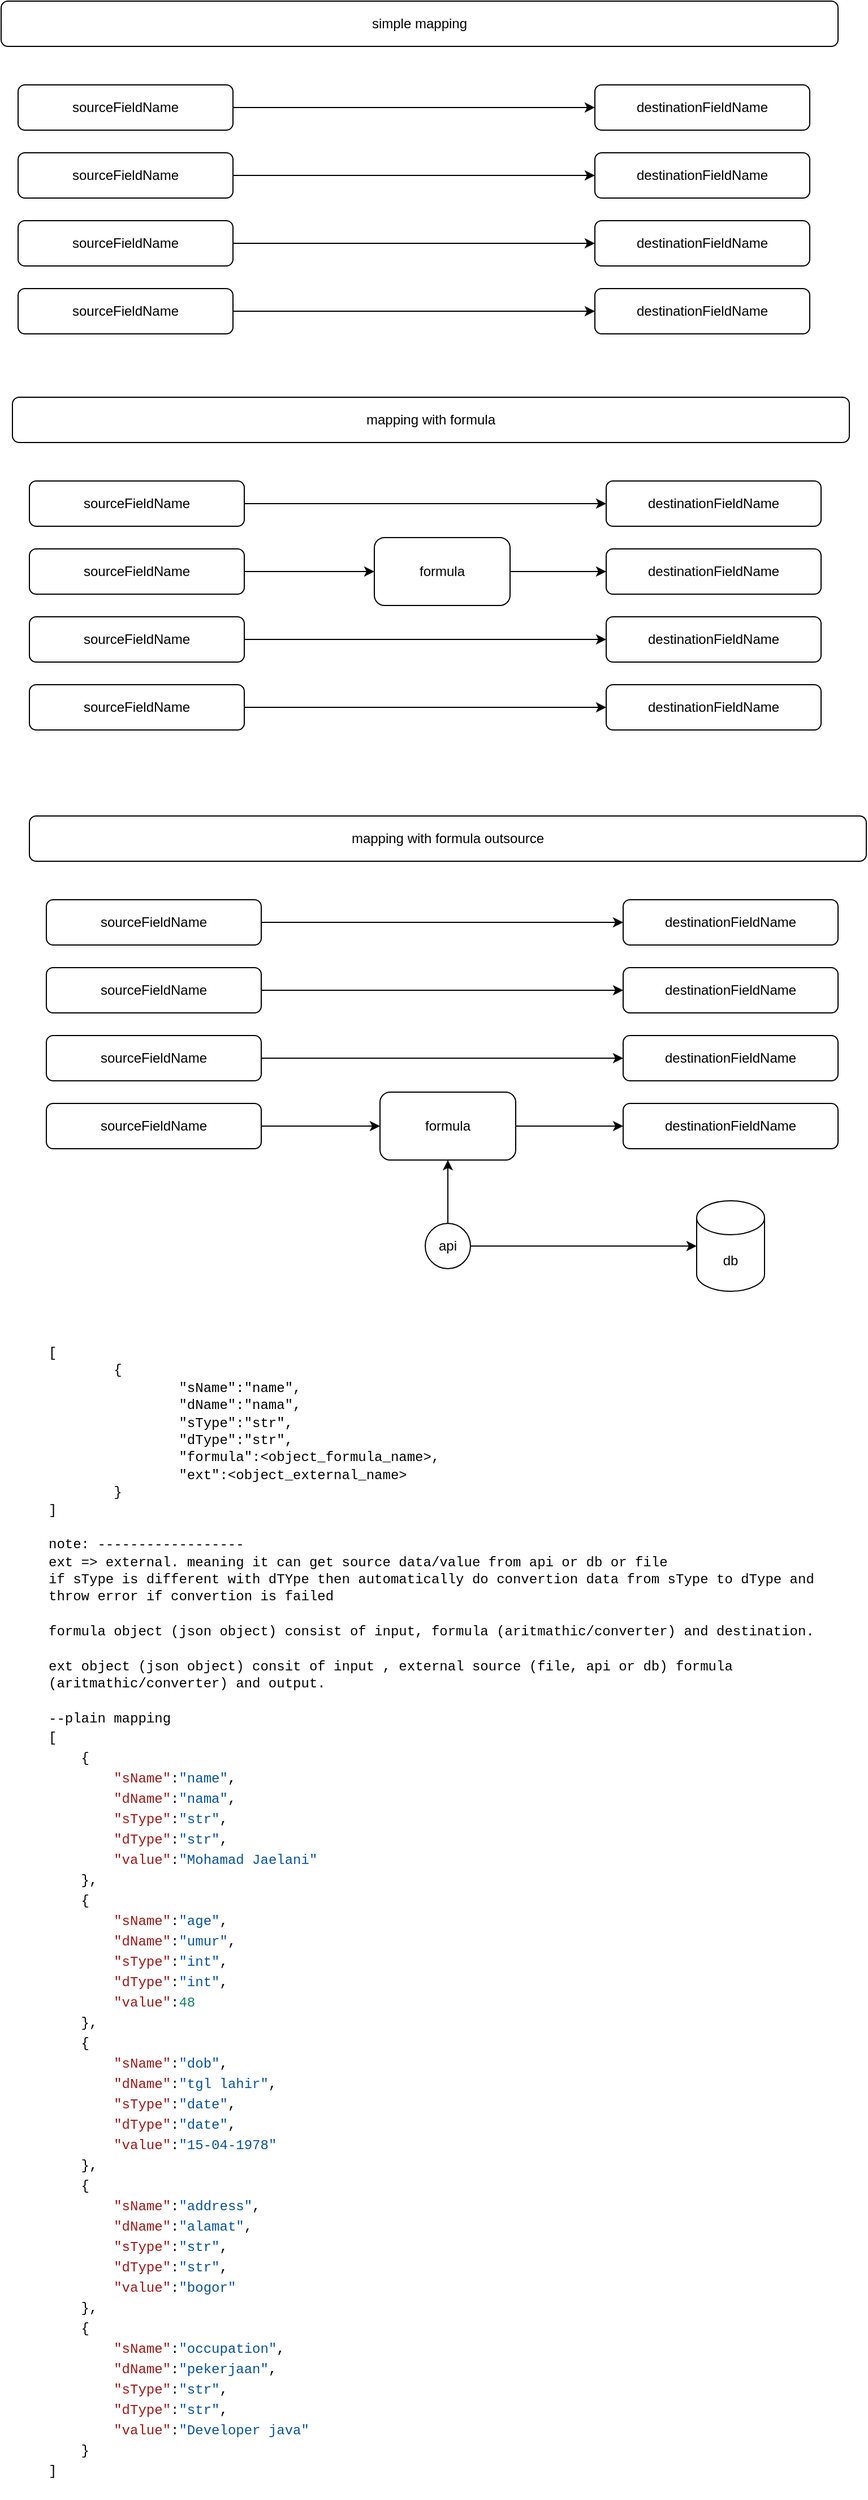
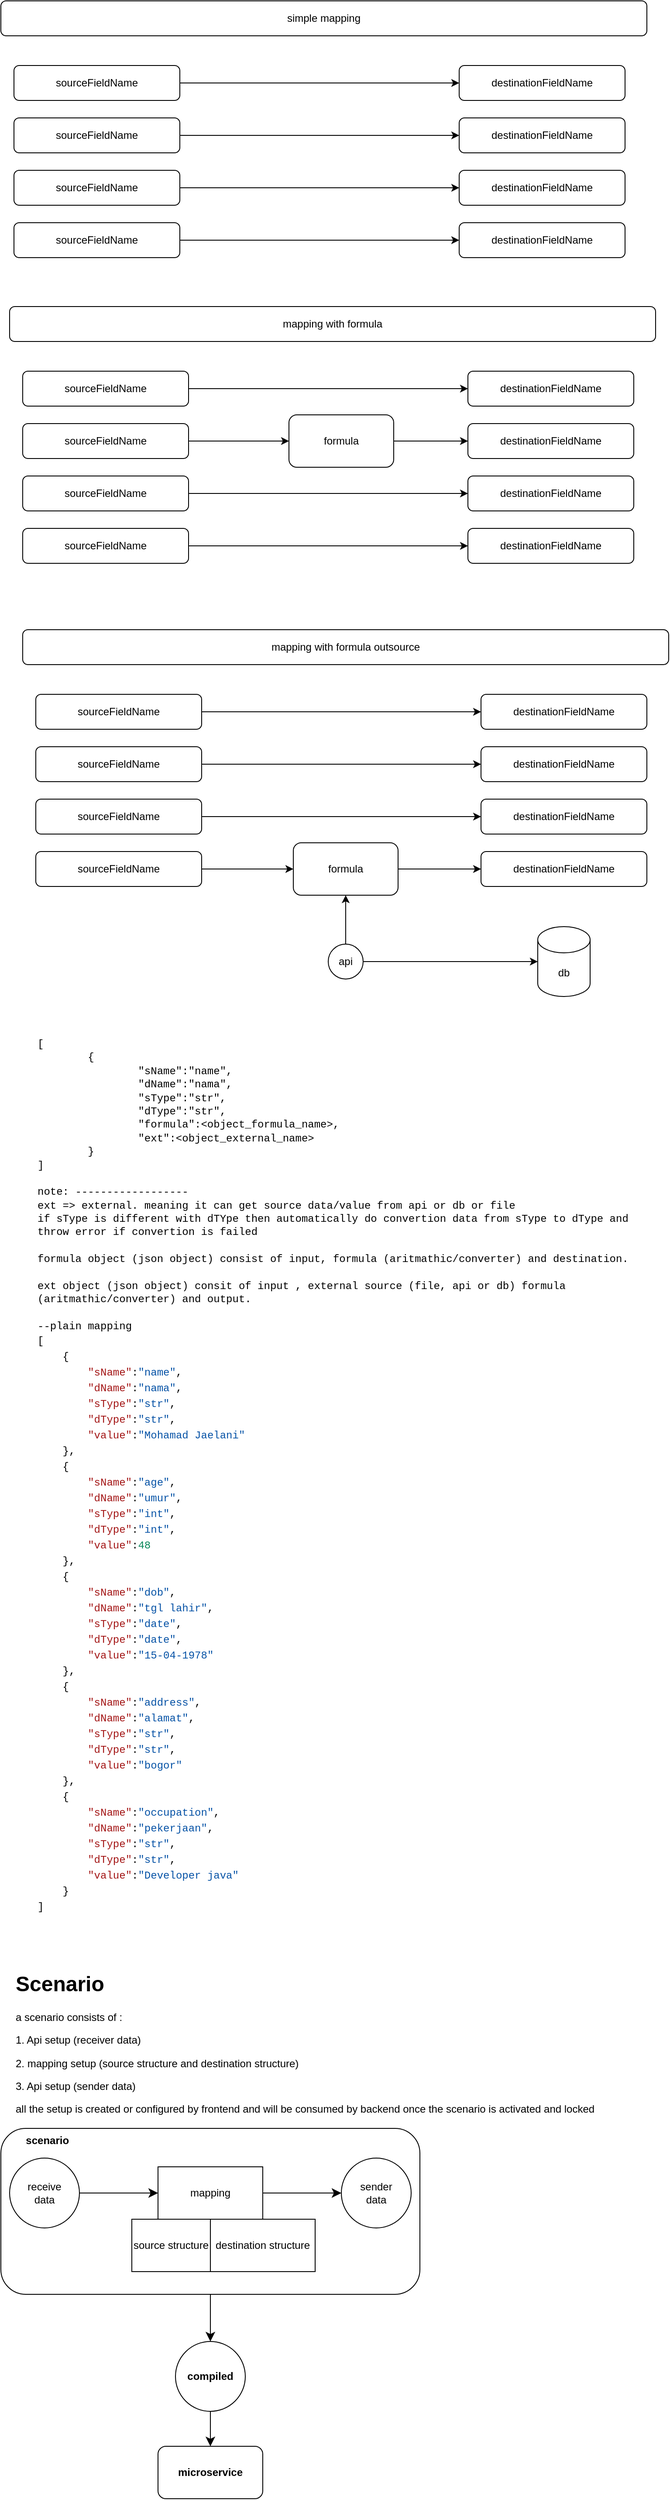
<mxfile host="app.diagrams.net">
  <diagram name="Page-1" id="w0qSyX79uqXvIxm3ApQV">
-     <mxGraphModel dx="774" dy="623" grid="1" gridSize="10" guides="1" tooltips="1" connect="1" arrows="1" fold="1" page="1" pageScale="1" pageWidth="850" pageHeight="1100" math="0" shadow="0">
+     <mxGraphModel dx="524" dy="468" grid="1" gridSize="10" guides="1" tooltips="1" connect="1" arrows="1" fold="1" page="1" pageScale="1" pageWidth="850" pageHeight="1100" math="0" shadow="0">
      <root>
        <mxCell id="0" />
        <mxCell id="1" parent="0" />
        <mxCell id="C5vNhbu8yeIDAcz09rIj-13" parent="1" style="rounded=1;whiteSpace=wrap;html=1;" value="simple mapping" vertex="1">
          <mxGeometry height="40" width="740" x="60" y="30" as="geometry" />
        </mxCell>
        <mxCell id="C5vNhbu8yeIDAcz09rIj-9" edge="1" parent="1" source="C5vNhbu8yeIDAcz09rIj-1" style="edgeStyle=orthogonalEdgeStyle;rounded=0;orthogonalLoop=1;jettySize=auto;html=1;entryX=0;entryY=0.5;entryDx=0;entryDy=0;" target="C5vNhbu8yeIDAcz09rIj-5">
          <mxGeometry relative="1" as="geometry" />
        </mxCell>
        <mxCell id="C5vNhbu8yeIDAcz09rIj-1" parent="1" style="rounded=1;whiteSpace=wrap;html=1;" value="sourceFieldName" vertex="1">
          <mxGeometry height="40" width="190" x="75" y="104" as="geometry" />
        </mxCell>
        <mxCell id="C5vNhbu8yeIDAcz09rIj-10" edge="1" parent="1" source="C5vNhbu8yeIDAcz09rIj-2" style="edgeStyle=orthogonalEdgeStyle;rounded=0;orthogonalLoop=1;jettySize=auto;html=1;entryX=0;entryY=0.5;entryDx=0;entryDy=0;" target="C5vNhbu8yeIDAcz09rIj-6">
          <mxGeometry relative="1" as="geometry" />
        </mxCell>
        <mxCell id="C5vNhbu8yeIDAcz09rIj-2" parent="1" style="rounded=1;whiteSpace=wrap;html=1;" value="sourceFieldName" vertex="1">
          <mxGeometry height="40" width="190" x="75" y="164" as="geometry" />
        </mxCell>
        <mxCell id="C5vNhbu8yeIDAcz09rIj-11" edge="1" parent="1" source="C5vNhbu8yeIDAcz09rIj-3" style="edgeStyle=orthogonalEdgeStyle;rounded=0;orthogonalLoop=1;jettySize=auto;html=1;entryX=0;entryY=0.5;entryDx=0;entryDy=0;" target="C5vNhbu8yeIDAcz09rIj-7">
          <mxGeometry relative="1" as="geometry" />
        </mxCell>
        <mxCell id="C5vNhbu8yeIDAcz09rIj-3" parent="1" style="rounded=1;whiteSpace=wrap;html=1;" value="sourceFieldName" vertex="1">
          <mxGeometry height="40" width="190" x="75" y="224" as="geometry" />
        </mxCell>
        <mxCell id="C5vNhbu8yeIDAcz09rIj-12" edge="1" parent="1" source="C5vNhbu8yeIDAcz09rIj-4" style="edgeStyle=orthogonalEdgeStyle;rounded=0;orthogonalLoop=1;jettySize=auto;html=1;entryX=0;entryY=0.5;entryDx=0;entryDy=0;" target="C5vNhbu8yeIDAcz09rIj-8">
          <mxGeometry relative="1" as="geometry" />
        </mxCell>
        <mxCell id="C5vNhbu8yeIDAcz09rIj-4" parent="1" style="rounded=1;whiteSpace=wrap;html=1;" value="sourceFieldName" vertex="1">
          <mxGeometry height="40" width="190" x="75" y="284" as="geometry" />
        </mxCell>
        <mxCell id="C5vNhbu8yeIDAcz09rIj-5" parent="1" style="rounded=1;whiteSpace=wrap;html=1;" value="destinationFieldName" vertex="1">
          <mxGeometry height="40" width="190" x="585" y="104" as="geometry" />
        </mxCell>
        <mxCell id="C5vNhbu8yeIDAcz09rIj-6" parent="1" style="rounded=1;whiteSpace=wrap;html=1;" value="destinationFieldName" vertex="1">
          <mxGeometry height="40" width="190" x="585" y="164" as="geometry" />
        </mxCell>
        <mxCell id="C5vNhbu8yeIDAcz09rIj-7" parent="1" style="rounded=1;whiteSpace=wrap;html=1;" value="destinationFieldName" vertex="1">
          <mxGeometry height="40" width="190" x="585" y="224" as="geometry" />
        </mxCell>
        <mxCell id="C5vNhbu8yeIDAcz09rIj-8" parent="1" style="rounded=1;whiteSpace=wrap;html=1;" value="destinationFieldName" vertex="1">
          <mxGeometry height="40" width="190" x="585" y="284" as="geometry" />
        </mxCell>
        <mxCell id="C5vNhbu8yeIDAcz09rIj-14" parent="1" style="rounded=1;whiteSpace=wrap;html=1;" value="mapping with formula" vertex="1">
          <mxGeometry height="40" width="740" x="70" y="380" as="geometry" />
        </mxCell>
        <mxCell id="C5vNhbu8yeIDAcz09rIj-15" edge="1" parent="1" source="C5vNhbu8yeIDAcz09rIj-16" style="edgeStyle=orthogonalEdgeStyle;rounded=0;orthogonalLoop=1;jettySize=auto;html=1;entryX=0;entryY=0.5;entryDx=0;entryDy=0;" target="C5vNhbu8yeIDAcz09rIj-23">
          <mxGeometry relative="1" as="geometry" />
        </mxCell>
        <mxCell id="C5vNhbu8yeIDAcz09rIj-16" parent="1" style="rounded=1;whiteSpace=wrap;html=1;" value="sourceFieldName" vertex="1">
          <mxGeometry height="40" width="190" x="85" y="454" as="geometry" />
        </mxCell>
        <mxCell id="C5vNhbu8yeIDAcz09rIj-28" edge="1" parent="1" source="C5vNhbu8yeIDAcz09rIj-18" style="edgeStyle=orthogonalEdgeStyle;rounded=0;orthogonalLoop=1;jettySize=auto;html=1;entryX=0;entryY=0.5;entryDx=0;entryDy=0;" target="C5vNhbu8yeIDAcz09rIj-27">
          <mxGeometry relative="1" as="geometry" />
        </mxCell>
        <mxCell id="C5vNhbu8yeIDAcz09rIj-18" parent="1" style="rounded=1;whiteSpace=wrap;html=1;" value="sourceFieldName" vertex="1">
          <mxGeometry height="40" width="190" x="85" y="514" as="geometry" />
        </mxCell>
        <mxCell id="C5vNhbu8yeIDAcz09rIj-19" edge="1" parent="1" source="C5vNhbu8yeIDAcz09rIj-20" style="edgeStyle=orthogonalEdgeStyle;rounded=0;orthogonalLoop=1;jettySize=auto;html=1;entryX=0;entryY=0.5;entryDx=0;entryDy=0;" target="C5vNhbu8yeIDAcz09rIj-25">
          <mxGeometry relative="1" as="geometry" />
        </mxCell>
        <mxCell id="C5vNhbu8yeIDAcz09rIj-20" parent="1" style="rounded=1;whiteSpace=wrap;html=1;" value="sourceFieldName" vertex="1">
          <mxGeometry height="40" width="190" x="85" y="574" as="geometry" />
        </mxCell>
        <mxCell id="C5vNhbu8yeIDAcz09rIj-21" edge="1" parent="1" source="C5vNhbu8yeIDAcz09rIj-22" style="edgeStyle=orthogonalEdgeStyle;rounded=0;orthogonalLoop=1;jettySize=auto;html=1;entryX=0;entryY=0.5;entryDx=0;entryDy=0;" target="C5vNhbu8yeIDAcz09rIj-26">
          <mxGeometry relative="1" as="geometry" />
        </mxCell>
        <mxCell id="C5vNhbu8yeIDAcz09rIj-22" parent="1" style="rounded=1;whiteSpace=wrap;html=1;" value="sourceFieldName" vertex="1">
          <mxGeometry height="40" width="190" x="85" y="634" as="geometry" />
        </mxCell>
        <mxCell id="C5vNhbu8yeIDAcz09rIj-23" parent="1" style="rounded=1;whiteSpace=wrap;html=1;" value="destinationFieldName" vertex="1">
          <mxGeometry height="40" width="190" x="595" y="454" as="geometry" />
        </mxCell>
        <mxCell id="C5vNhbu8yeIDAcz09rIj-24" parent="1" style="rounded=1;whiteSpace=wrap;html=1;" value="destinationFieldName" vertex="1">
          <mxGeometry height="40" width="190" x="595" y="514" as="geometry" />
        </mxCell>
        <mxCell id="C5vNhbu8yeIDAcz09rIj-25" parent="1" style="rounded=1;whiteSpace=wrap;html=1;" value="destinationFieldName" vertex="1">
          <mxGeometry height="40" width="190" x="595" y="574" as="geometry" />
        </mxCell>
        <mxCell id="C5vNhbu8yeIDAcz09rIj-26" parent="1" style="rounded=1;whiteSpace=wrap;html=1;" value="destinationFieldName" vertex="1">
          <mxGeometry height="40" width="190" x="595" y="634" as="geometry" />
        </mxCell>
        <mxCell id="C5vNhbu8yeIDAcz09rIj-29" edge="1" parent="1" source="C5vNhbu8yeIDAcz09rIj-27" style="edgeStyle=orthogonalEdgeStyle;rounded=0;orthogonalLoop=1;jettySize=auto;html=1;entryX=0;entryY=0.5;entryDx=0;entryDy=0;" target="C5vNhbu8yeIDAcz09rIj-24">
          <mxGeometry relative="1" as="geometry">
            <mxPoint x="590" y="534" as="targetPoint" />
          </mxGeometry>
        </mxCell>
        <mxCell id="C5vNhbu8yeIDAcz09rIj-27" parent="1" style="rounded=1;whiteSpace=wrap;html=1;" value="formula" vertex="1">
          <mxGeometry height="60" width="120" x="390" y="504" as="geometry" />
        </mxCell>
        <mxCell id="C5vNhbu8yeIDAcz09rIj-30" parent="1" style="rounded=1;whiteSpace=wrap;html=1;" value="mapping with formula outsource" vertex="1">
          <mxGeometry height="40" width="740" x="85" y="750" as="geometry" />
        </mxCell>
        <mxCell id="C5vNhbu8yeIDAcz09rIj-31" edge="1" parent="1" source="C5vNhbu8yeIDAcz09rIj-32" style="edgeStyle=orthogonalEdgeStyle;rounded=0;orthogonalLoop=1;jettySize=auto;html=1;entryX=0;entryY=0.5;entryDx=0;entryDy=0;" target="C5vNhbu8yeIDAcz09rIj-39">
          <mxGeometry relative="1" as="geometry" />
        </mxCell>
        <mxCell id="C5vNhbu8yeIDAcz09rIj-32" parent="1" style="rounded=1;whiteSpace=wrap;html=1;" value="sourceFieldName" vertex="1">
          <mxGeometry height="40" width="190" x="100" y="824" as="geometry" />
        </mxCell>
        <mxCell id="C5vNhbu8yeIDAcz09rIj-33" edge="1" parent="1" source="C5vNhbu8yeIDAcz09rIj-34" style="edgeStyle=orthogonalEdgeStyle;rounded=0;orthogonalLoop=1;jettySize=auto;html=1;entryX=0;entryY=0.5;entryDx=0;entryDy=0;" target="C5vNhbu8yeIDAcz09rIj-40">
          <mxGeometry relative="1" as="geometry">
            <mxPoint x="405" y="904" as="targetPoint" />
          </mxGeometry>
        </mxCell>
        <mxCell id="C5vNhbu8yeIDAcz09rIj-34" parent="1" style="rounded=1;whiteSpace=wrap;html=1;" value="sourceFieldName" vertex="1">
          <mxGeometry height="40" width="190" x="100" y="884" as="geometry" />
        </mxCell>
        <mxCell id="C5vNhbu8yeIDAcz09rIj-35" edge="1" parent="1" source="C5vNhbu8yeIDAcz09rIj-36" style="edgeStyle=orthogonalEdgeStyle;rounded=0;orthogonalLoop=1;jettySize=auto;html=1;entryX=0;entryY=0.5;entryDx=0;entryDy=0;" target="C5vNhbu8yeIDAcz09rIj-41">
          <mxGeometry relative="1" as="geometry" />
        </mxCell>
        <mxCell id="C5vNhbu8yeIDAcz09rIj-36" parent="1" style="rounded=1;whiteSpace=wrap;html=1;" value="sourceFieldName" vertex="1">
          <mxGeometry height="40" width="190" x="100" y="944" as="geometry" />
        </mxCell>
        <mxCell id="C5vNhbu8yeIDAcz09rIj-47" edge="1" parent="1" source="C5vNhbu8yeIDAcz09rIj-38" style="edgeStyle=orthogonalEdgeStyle;rounded=0;orthogonalLoop=1;jettySize=auto;html=1;entryX=0;entryY=0.5;entryDx=0;entryDy=0;" target="C5vNhbu8yeIDAcz09rIj-46">
          <mxGeometry relative="1" as="geometry" />
        </mxCell>
        <mxCell id="C5vNhbu8yeIDAcz09rIj-38" parent="1" style="rounded=1;whiteSpace=wrap;html=1;" value="sourceFieldName" vertex="1">
          <mxGeometry height="40" width="190" x="100" y="1004" as="geometry" />
        </mxCell>
        <mxCell id="C5vNhbu8yeIDAcz09rIj-39" parent="1" style="rounded=1;whiteSpace=wrap;html=1;" value="destinationFieldName" vertex="1">
          <mxGeometry height="40" width="190" x="610" y="824" as="geometry" />
        </mxCell>
        <mxCell id="C5vNhbu8yeIDAcz09rIj-40" parent="1" style="rounded=1;whiteSpace=wrap;html=1;" value="destinationFieldName" vertex="1">
          <mxGeometry height="40" width="190" x="610" y="884" as="geometry" />
        </mxCell>
        <mxCell id="C5vNhbu8yeIDAcz09rIj-41" parent="1" style="rounded=1;whiteSpace=wrap;html=1;" value="destinationFieldName" vertex="1">
          <mxGeometry height="40" width="190" x="610" y="944" as="geometry" />
        </mxCell>
        <mxCell id="C5vNhbu8yeIDAcz09rIj-42" parent="1" style="rounded=1;whiteSpace=wrap;html=1;" value="destinationFieldName" vertex="1">
          <mxGeometry height="40" width="190" x="610" y="1004" as="geometry" />
        </mxCell>
        <mxCell id="C5vNhbu8yeIDAcz09rIj-45" parent="1" style="shape=cylinder3;whiteSpace=wrap;html=1;boundedLbl=1;backgroundOutline=1;size=15;" value="db" vertex="1">
          <mxGeometry height="80" width="60" x="675" y="1090" as="geometry" />
        </mxCell>
        <mxCell id="C5vNhbu8yeIDAcz09rIj-49" edge="1" parent="1" source="C5vNhbu8yeIDAcz09rIj-46" style="edgeStyle=orthogonalEdgeStyle;rounded=0;orthogonalLoop=1;jettySize=auto;html=1;entryX=0;entryY=0.5;entryDx=0;entryDy=0;" target="C5vNhbu8yeIDAcz09rIj-42">
          <mxGeometry relative="1" as="geometry" />
        </mxCell>
        <mxCell id="C5vNhbu8yeIDAcz09rIj-46" parent="1" style="rounded=1;whiteSpace=wrap;html=1;" value="formula" vertex="1">
          <mxGeometry height="60" width="120" x="395" y="994" as="geometry" />
        </mxCell>
        <mxCell id="C5vNhbu8yeIDAcz09rIj-51" edge="1" parent="1" source="C5vNhbu8yeIDAcz09rIj-50" style="edgeStyle=orthogonalEdgeStyle;rounded=0;orthogonalLoop=1;jettySize=auto;html=1;entryX=0.5;entryY=1;entryDx=0;entryDy=0;" target="C5vNhbu8yeIDAcz09rIj-46">
          <mxGeometry relative="1" as="geometry" />
        </mxCell>
        <mxCell id="C5vNhbu8yeIDAcz09rIj-50" parent="1" style="ellipse;whiteSpace=wrap;html=1;aspect=fixed;" value="api" vertex="1">
          <mxGeometry height="40" width="40" x="435" y="1110" as="geometry" />
        </mxCell>
        <mxCell id="C5vNhbu8yeIDAcz09rIj-52" edge="1" parent="1" source="C5vNhbu8yeIDAcz09rIj-50" style="edgeStyle=orthogonalEdgeStyle;rounded=0;orthogonalLoop=1;jettySize=auto;html=1;entryX=0;entryY=0.5;entryDx=0;entryDy=0;entryPerimeter=0;" target="C5vNhbu8yeIDAcz09rIj-45">
          <mxGeometry relative="1" as="geometry" />
        </mxCell>
        <mxCell id="C5vNhbu8yeIDAcz09rIj-54" parent="1" style="rounded=0;whiteSpace=wrap;html=1;align=left;verticalAlign=top;strokeColor=none;" value="&lt;font face=&quot;Courier New&quot;&gt;[&lt;/font&gt;&lt;div&gt;&lt;font face=&quot;Courier New&quot;&gt;&lt;span style=&quot;white-space: pre;&quot;&gt;&#x9;&lt;/span&gt;{&lt;br&gt;&lt;/font&gt;&lt;/div&gt;&lt;div&gt;&lt;font face=&quot;Courier New&quot;&gt;&lt;span style=&quot;white-space: pre;&quot;&gt;&#x9;&lt;/span&gt;&lt;span style=&quot;white-space: pre;&quot;&gt;&#x9;&lt;/span&gt;&quot;sName&quot;:&quot;name&quot;,&lt;br&gt;&lt;/font&gt;&lt;/div&gt;&lt;div&gt;&lt;font face=&quot;Courier New&quot;&gt;&lt;span style=&quot;white-space: pre;&quot;&gt;&#x9;&lt;/span&gt;&lt;span style=&quot;white-space: pre;&quot;&gt;&#x9;&lt;/span&gt;&quot;dName&quot;:&quot;nama&quot;,&lt;br&gt;&lt;/font&gt;&lt;/div&gt;&lt;div&gt;&lt;font face=&quot;Courier New&quot;&gt;&lt;span style=&quot;white-space: pre;&quot;&gt;&#x9;&lt;/span&gt;&lt;span style=&quot;white-space: pre;&quot;&gt;&#x9;&lt;/span&gt;&quot;sType&quot;:&quot;str&quot;,&lt;br&gt;&lt;/font&gt;&lt;/div&gt;&lt;div&gt;&lt;font face=&quot;Courier New&quot;&gt;&lt;span style=&quot;white-space: pre;&quot;&gt;&#x9;&lt;/span&gt;&lt;span style=&quot;white-space: pre;&quot;&gt;&#x9;&lt;/span&gt;&quot;dType&quot;:&quot;str&quot;,&lt;br&gt;&lt;/font&gt;&lt;/div&gt;&lt;div&gt;&lt;font face=&quot;Courier New&quot;&gt;&lt;span style=&quot;white-space: pre;&quot;&gt;&#x9;&lt;/span&gt;&lt;span style=&quot;white-space: pre;&quot;&gt;&#x9;&lt;/span&gt;&quot;formula&quot;:&amp;lt;object_formula_name&amp;gt;,&lt;br&gt;&lt;/font&gt;&lt;/div&gt;&lt;div&gt;&lt;font face=&quot;Courier New&quot;&gt;&lt;span style=&quot;white-space: pre;&quot;&gt;&#x9;&lt;/span&gt;&lt;span style=&quot;white-space: pre;&quot;&gt;&#x9;&lt;/span&gt;&quot;ext&quot;:&amp;lt;object_external_name&amp;gt;&lt;br&gt;&lt;/font&gt;&lt;/div&gt;&lt;div&gt;&lt;font face=&quot;Courier New&quot;&gt;&lt;span style=&quot;white-space: pre;&quot;&gt;&#x9;&lt;/span&gt;}&lt;br&gt;&lt;/font&gt;&lt;/div&gt;&lt;div&gt;&lt;font face=&quot;Courier New&quot;&gt;]&lt;/font&gt;&lt;/div&gt;&lt;div&gt;&lt;font face=&quot;Courier New&quot;&gt;&lt;br&gt;&lt;/font&gt;&lt;/div&gt;&lt;div&gt;&lt;font face=&quot;Courier New&quot;&gt;note: ------------------&lt;/font&gt;&lt;/div&gt;&lt;div&gt;&lt;font face=&quot;Courier New&quot;&gt;ext =&amp;gt; external. meaning it can get source data/value from api or db or file&lt;/font&gt;&lt;/div&gt;&lt;div&gt;&lt;font face=&quot;Courier New&quot;&gt;if sType is different with dTYpe then automatically do convertion data from sType to dType and throw error if convertion is failed&lt;/font&gt;&lt;/div&gt;&lt;div&gt;&lt;font face=&quot;Courier New&quot;&gt;&lt;br&gt;&lt;/font&gt;&lt;/div&gt;&lt;div&gt;&lt;font face=&quot;Courier New&quot;&gt;formula object (json object) consist of input, formula (aritmathic/converter) and destination.&lt;/font&gt;&lt;/div&gt;&lt;div&gt;&lt;font face=&quot;Courier New&quot;&gt;&lt;br&gt;&lt;/font&gt;&lt;/div&gt;&lt;div&gt;&lt;font face=&quot;Courier New&quot;&gt;ext object&amp;nbsp;&lt;/font&gt;&lt;span style=&quot;font-family: &amp;quot;Courier New&amp;quot;; background-color: transparent; color: light-dark(rgb(0, 0, 0), rgb(255, 255, 255));&quot;&gt;(json object)&lt;/span&gt;&lt;span style=&quot;font-family: &amp;quot;Courier New&amp;quot;; background-color: transparent; color: light-dark(rgb(0, 0, 0), rgb(255, 255, 255));&quot;&gt;&amp;nbsp;consit of input , external source (file, api or db) formula (aritmathic/converter) and output.&lt;/span&gt;&lt;/div&gt;&lt;div&gt;&lt;span style=&quot;font-family: &amp;quot;Courier New&amp;quot;; background-color: transparent; color: light-dark(rgb(0, 0, 0), rgb(255, 255, 255));&quot;&gt;&lt;br&gt;&lt;/span&gt;&lt;/div&gt;&lt;div&gt;&lt;span style=&quot;font-family: &amp;quot;Courier New&amp;quot;; background-color: transparent; color: light-dark(rgb(0, 0, 0), rgb(255, 255, 255));&quot;&gt;--plain mapping&lt;/span&gt;&lt;/div&gt;&lt;div&gt;&lt;div style=&quot;background-color: rgb(255, 255, 255); font-family: IBMPlexMono, &amp;quot;Courier New&amp;quot;, monospace, Consolas, &amp;quot;Courier New&amp;quot;, monospace; line-height: 18px; white-space: pre;&quot;&gt;&lt;div&gt;[&lt;/div&gt;&lt;div&gt;&amp;nbsp; &amp;nbsp; {&lt;/div&gt;&lt;div&gt;&amp;nbsp; &amp;nbsp; &amp;nbsp; &amp;nbsp; &lt;span style=&quot;color: #a31515;&quot;&gt;&quot;sName&quot;&lt;/span&gt;:&lt;span style=&quot;color: #0451a5;&quot;&gt;&quot;name&quot;&lt;/span&gt;,&lt;/div&gt;&lt;div&gt;&amp;nbsp; &amp;nbsp; &amp;nbsp; &amp;nbsp; &lt;span style=&quot;color: #a31515;&quot;&gt;&quot;dName&quot;&lt;/span&gt;:&lt;span style=&quot;color: #0451a5;&quot;&gt;&quot;nama&quot;&lt;/span&gt;,&lt;/div&gt;&lt;div&gt;&amp;nbsp; &amp;nbsp; &amp;nbsp; &amp;nbsp; &lt;span style=&quot;color: #a31515;&quot;&gt;&quot;sType&quot;&lt;/span&gt;:&lt;span style=&quot;color: #0451a5;&quot;&gt;&quot;str&quot;&lt;/span&gt;,&lt;/div&gt;&lt;div&gt;&amp;nbsp; &amp;nbsp; &amp;nbsp; &amp;nbsp; &lt;span style=&quot;color: #a31515;&quot;&gt;&quot;dType&quot;&lt;/span&gt;:&lt;span style=&quot;color: #0451a5;&quot;&gt;&quot;str&quot;&lt;/span&gt;,&lt;/div&gt;&lt;div&gt;&amp;nbsp; &amp;nbsp; &amp;nbsp; &amp;nbsp; &lt;span style=&quot;color: #a31515;&quot;&gt;&quot;value&quot;&lt;/span&gt;:&lt;span style=&quot;color: #0451a5;&quot;&gt;&quot;Mohamad Jaelani&quot;&lt;/span&gt;&lt;/div&gt;&lt;div&gt;&amp;nbsp; &amp;nbsp; },&lt;/div&gt;&lt;div&gt;&amp;nbsp; &amp;nbsp; {&lt;/div&gt;&lt;div&gt;&amp;nbsp; &amp;nbsp; &amp;nbsp; &amp;nbsp; &lt;span style=&quot;color: #a31515;&quot;&gt;&quot;sName&quot;&lt;/span&gt;:&lt;span style=&quot;color: #0451a5;&quot;&gt;&quot;age&quot;&lt;/span&gt;,&lt;/div&gt;&lt;div&gt;&amp;nbsp; &amp;nbsp; &amp;nbsp; &amp;nbsp; &lt;span style=&quot;color: #a31515;&quot;&gt;&quot;dName&quot;&lt;/span&gt;:&lt;span style=&quot;color: #0451a5;&quot;&gt;&quot;umur&quot;&lt;/span&gt;,&lt;/div&gt;&lt;div&gt;&amp;nbsp; &amp;nbsp; &amp;nbsp; &amp;nbsp; &lt;span style=&quot;color: #a31515;&quot;&gt;&quot;sType&quot;&lt;/span&gt;:&lt;span style=&quot;color: #0451a5;&quot;&gt;&quot;int&quot;&lt;/span&gt;,&lt;/div&gt;&lt;div&gt;&amp;nbsp; &amp;nbsp; &amp;nbsp; &amp;nbsp; &lt;span style=&quot;color: #a31515;&quot;&gt;&quot;dType&quot;&lt;/span&gt;:&lt;span style=&quot;color: #0451a5;&quot;&gt;&quot;int&quot;&lt;/span&gt;,&lt;/div&gt;&lt;div&gt;&amp;nbsp; &amp;nbsp; &amp;nbsp; &amp;nbsp; &lt;span style=&quot;color: #a31515;&quot;&gt;&quot;value&quot;&lt;/span&gt;:&lt;span style=&quot;color: #098658;&quot;&gt;48&lt;/span&gt;&lt;/div&gt;&lt;div&gt;&amp;nbsp; &amp;nbsp; },&lt;/div&gt;&lt;div&gt;&amp;nbsp; &amp;nbsp; {&lt;/div&gt;&lt;div&gt;&amp;nbsp; &amp;nbsp; &amp;nbsp; &amp;nbsp; &lt;span style=&quot;color: #a31515;&quot;&gt;&quot;sName&quot;&lt;/span&gt;:&lt;span style=&quot;color: #0451a5;&quot;&gt;&quot;dob&quot;&lt;/span&gt;,&lt;/div&gt;&lt;div&gt;&amp;nbsp; &amp;nbsp; &amp;nbsp; &amp;nbsp; &lt;span style=&quot;color: #a31515;&quot;&gt;&quot;dName&quot;&lt;/span&gt;:&lt;span style=&quot;color: #0451a5;&quot;&gt;&quot;tgl lahir&quot;&lt;/span&gt;,&lt;/div&gt;&lt;div&gt;&amp;nbsp; &amp;nbsp; &amp;nbsp; &amp;nbsp; &lt;span style=&quot;color: #a31515;&quot;&gt;&quot;sType&quot;&lt;/span&gt;:&lt;span style=&quot;color: #0451a5;&quot;&gt;&quot;date&quot;&lt;/span&gt;,&lt;/div&gt;&lt;div&gt;&amp;nbsp; &amp;nbsp; &amp;nbsp; &amp;nbsp; &lt;span style=&quot;color: #a31515;&quot;&gt;&quot;dType&quot;&lt;/span&gt;:&lt;span style=&quot;color: #0451a5;&quot;&gt;&quot;date&quot;&lt;/span&gt;,&lt;/div&gt;&lt;div&gt;&amp;nbsp; &amp;nbsp; &amp;nbsp; &amp;nbsp; &lt;span style=&quot;color: #a31515;&quot;&gt;&quot;value&quot;&lt;/span&gt;:&lt;span style=&quot;color: #0451a5;&quot;&gt;&quot;15-04-1978&quot;&lt;/span&gt;&lt;/div&gt;&lt;div&gt;&amp;nbsp; &amp;nbsp; },&lt;/div&gt;&lt;div&gt;&amp;nbsp; &amp;nbsp; {&lt;/div&gt;&lt;div&gt;&amp;nbsp; &amp;nbsp; &amp;nbsp; &amp;nbsp; &lt;span style=&quot;color: #a31515;&quot;&gt;&quot;sName&quot;&lt;/span&gt;:&lt;span style=&quot;color: #0451a5;&quot;&gt;&quot;address&quot;&lt;/span&gt;,&lt;/div&gt;&lt;div&gt;&amp;nbsp; &amp;nbsp; &amp;nbsp; &amp;nbsp; &lt;span style=&quot;color: #a31515;&quot;&gt;&quot;dName&quot;&lt;/span&gt;:&lt;span style=&quot;color: #0451a5;&quot;&gt;&quot;alamat&quot;&lt;/span&gt;,&lt;/div&gt;&lt;div&gt;&amp;nbsp; &amp;nbsp; &amp;nbsp; &amp;nbsp; &lt;span style=&quot;color: #a31515;&quot;&gt;&quot;sType&quot;&lt;/span&gt;:&lt;span style=&quot;color: #0451a5;&quot;&gt;&quot;str&quot;&lt;/span&gt;,&lt;/div&gt;&lt;div&gt;&amp;nbsp; &amp;nbsp; &amp;nbsp; &amp;nbsp; &lt;span style=&quot;color: #a31515;&quot;&gt;&quot;dType&quot;&lt;/span&gt;:&lt;span style=&quot;color: #0451a5;&quot;&gt;&quot;str&quot;&lt;/span&gt;,&lt;/div&gt;&lt;div&gt;&amp;nbsp; &amp;nbsp; &amp;nbsp; &amp;nbsp; &lt;span style=&quot;color: #a31515;&quot;&gt;&quot;value&quot;&lt;/span&gt;:&lt;span style=&quot;color: #0451a5;&quot;&gt;&quot;bogor&quot;&lt;/span&gt;&lt;/div&gt;&lt;div&gt;&amp;nbsp; &amp;nbsp; },&lt;/div&gt;&lt;div&gt;&amp;nbsp; &amp;nbsp; {&lt;/div&gt;&lt;div&gt;&amp;nbsp; &amp;nbsp; &amp;nbsp; &amp;nbsp; &lt;span style=&quot;color: #a31515;&quot;&gt;&quot;sName&quot;&lt;/span&gt;:&lt;span style=&quot;color: #0451a5;&quot;&gt;&quot;occupation&quot;&lt;/span&gt;,&lt;/div&gt;&lt;div&gt;&amp;nbsp; &amp;nbsp; &amp;nbsp; &amp;nbsp; &lt;span style=&quot;color: #a31515;&quot;&gt;&quot;dName&quot;&lt;/span&gt;:&lt;span style=&quot;color: #0451a5;&quot;&gt;&quot;pekerjaan&quot;&lt;/span&gt;,&lt;/div&gt;&lt;div&gt;&amp;nbsp; &amp;nbsp; &amp;nbsp; &amp;nbsp; &lt;span style=&quot;color: #a31515;&quot;&gt;&quot;sType&quot;&lt;/span&gt;:&lt;span style=&quot;color: #0451a5;&quot;&gt;&quot;str&quot;&lt;/span&gt;,&lt;/div&gt;&lt;div&gt;&amp;nbsp; &amp;nbsp; &amp;nbsp; &amp;nbsp; &lt;span style=&quot;color: #a31515;&quot;&gt;&quot;dType&quot;&lt;/span&gt;:&lt;span style=&quot;color: #0451a5;&quot;&gt;&quot;str&quot;&lt;/span&gt;,&lt;/div&gt;&lt;div&gt;&amp;nbsp; &amp;nbsp; &amp;nbsp; &amp;nbsp; &lt;span style=&quot;color: #a31515;&quot;&gt;&quot;value&quot;&lt;/span&gt;:&lt;span style=&quot;color: #0451a5;&quot;&gt;&quot;Developer java&quot;&lt;/span&gt;&lt;/div&gt;&lt;div&gt;&amp;nbsp; &amp;nbsp; }&lt;/div&gt;&lt;div&gt;]&lt;/div&gt;&lt;/div&gt;&lt;/div&gt;&lt;div&gt;&lt;font face=&quot;Courier New&quot;&gt;&lt;br&gt;&lt;/font&gt;&lt;/div&gt;" vertex="1">
          <mxGeometry height="820" width="700" x="100" y="1210" as="geometry" />
        </mxCell>
+         <mxCell id="U511CUliFXkv6nbYjQ3k-1" parent="1" style="text;html=1;whiteSpace=wrap;overflow=hidden;rounded=0;" value="&lt;h1 style=&quot;margin-top: 0px;&quot;&gt;Scenario&lt;/h1&gt;&lt;p&gt;a scenario consists of :&lt;/p&gt;&lt;p&gt;1. Api setup (receiver data)&lt;/p&gt;&lt;p&gt;2. mapping setup (source structure and destination structure)&lt;/p&gt;&lt;p&gt;3. Api setup (sender data)&lt;/p&gt;&lt;p&gt;all the setup is created or configured by frontend and will be consumed by backend once the scenario is activated and locked&lt;/p&gt;" vertex="1">
+           <mxGeometry height="190" width="725" x="75" y="2280" as="geometry" />
+         </mxCell>
+         <mxCell id="U511CUliFXkv6nbYjQ3k-14" connectable="0" parent="1" style="group;movable=1;resizable=1;rotatable=1;deletable=1;editable=1;locked=0;connectable=1;" value="" vertex="1">
+           <mxGeometry height="190" width="480" x="60" y="2466" as="geometry" />
+         </mxCell>
+         <mxCell id="U511CUliFXkv6nbYjQ3k-12" parent="U511CUliFXkv6nbYjQ3k-14" style="rounded=1;whiteSpace=wrap;html=1;align=left;verticalAlign=top;fontStyle=1" value="&lt;span style=&quot;white-space: pre;&quot;&gt;&#x9;&lt;/span&gt;scenario" vertex="1">
+           <mxGeometry height="190" width="480" as="geometry" />
+         </mxCell>
+         <mxCell id="U511CUliFXkv6nbYjQ3k-6" edge="1" parent="U511CUliFXkv6nbYjQ3k-14" source="U511CUliFXkv6nbYjQ3k-3" style="edgeStyle=none;curved=1;rounded=0;orthogonalLoop=1;jettySize=auto;html=1;fontSize=12;startSize=8;endSize=8;" target="U511CUliFXkv6nbYjQ3k-5" value="">
+           <mxGeometry relative="1" as="geometry" />
+         </mxCell>
+         <mxCell id="U511CUliFXkv6nbYjQ3k-3" parent="U511CUliFXkv6nbYjQ3k-14" style="ellipse;whiteSpace=wrap;html=1;aspect=fixed;" value="receive&lt;div&gt;data&lt;/div&gt;" vertex="1">
+           <mxGeometry height="80" width="80" x="10" y="34" as="geometry" />
+         </mxCell>
+         <mxCell id="U511CUliFXkv6nbYjQ3k-8" edge="1" parent="U511CUliFXkv6nbYjQ3k-14" source="U511CUliFXkv6nbYjQ3k-5" style="edgeStyle=none;curved=1;rounded=0;orthogonalLoop=1;jettySize=auto;html=1;fontSize=12;startSize=8;endSize=8;" target="U511CUliFXkv6nbYjQ3k-7" value="">
+           <mxGeometry relative="1" as="geometry" />
+         </mxCell>
+         <mxCell id="U511CUliFXkv6nbYjQ3k-5" parent="U511CUliFXkv6nbYjQ3k-14" style="whiteSpace=wrap;html=1;" value="mapping" vertex="1">
+           <mxGeometry height="60" width="120" x="180" y="44" as="geometry" />
+         </mxCell>
+         <mxCell id="U511CUliFXkv6nbYjQ3k-7" parent="U511CUliFXkv6nbYjQ3k-14" style="ellipse;whiteSpace=wrap;html=1;" value="sender&lt;div&gt;data&lt;/div&gt;" vertex="1">
+           <mxGeometry height="80" width="80" x="390" y="34" as="geometry" />
+         </mxCell>
+         <mxCell id="U511CUliFXkv6nbYjQ3k-9" parent="U511CUliFXkv6nbYjQ3k-14" style="whiteSpace=wrap;html=1;" value="source structure" vertex="1">
+           <mxGeometry height="60" width="90" x="150" y="104" as="geometry" />
+         </mxCell>
+         <mxCell id="U511CUliFXkv6nbYjQ3k-11" parent="U511CUliFXkv6nbYjQ3k-14" style="whiteSpace=wrap;html=1;" value="destination structure" vertex="1">
+           <mxGeometry height="60" width="120" x="240" y="104" as="geometry" />
+         </mxCell>
+         <mxCell id="U511CUliFXkv6nbYjQ3k-18" edge="1" parent="1" source="U511CUliFXkv6nbYjQ3k-15" style="edgeStyle=none;curved=1;rounded=0;orthogonalLoop=1;jettySize=auto;html=1;fontSize=12;startSize=8;endSize=8;" target="U511CUliFXkv6nbYjQ3k-17" value="">
+           <mxGeometry relative="1" as="geometry" />
+         </mxCell>
+         <mxCell id="U511CUliFXkv6nbYjQ3k-15" parent="1" style="ellipse;whiteSpace=wrap;html=1;align=center;verticalAlign=middle;rounded=1;fontStyle=1;" value="compiled" vertex="1">
+           <mxGeometry height="80" width="80" x="260" y="2710" as="geometry" />
+         </mxCell>
+         <mxCell id="U511CUliFXkv6nbYjQ3k-16" edge="1" parent="1" source="U511CUliFXkv6nbYjQ3k-12" style="edgeStyle=none;curved=1;rounded=0;orthogonalLoop=1;jettySize=auto;html=1;fontSize=12;startSize=8;endSize=8;" target="U511CUliFXkv6nbYjQ3k-15" value="">
+           <mxGeometry relative="1" as="geometry" />
+         </mxCell>
+         <mxCell id="U511CUliFXkv6nbYjQ3k-17" parent="1" style="whiteSpace=wrap;html=1;rounded=1;fontStyle=1;" value="microservice" vertex="1">
+           <mxGeometry height="60" width="120" x="240" y="2830" as="geometry" />
+         </mxCell>
      </root>
    </mxGraphModel>
  </diagram>
</mxfile>
